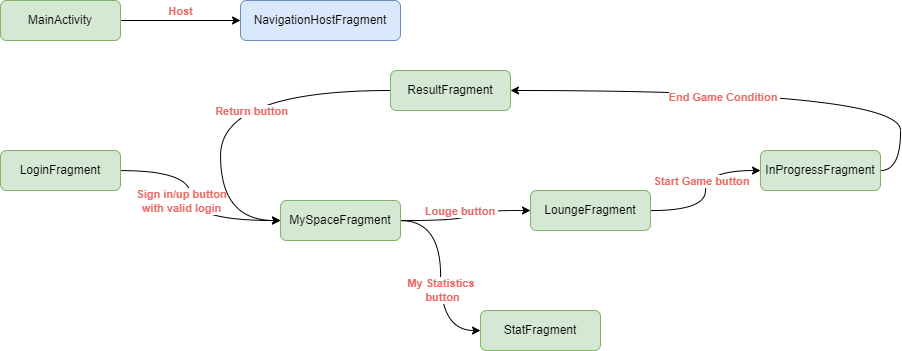
This is image/MobileNavigaton.drawio.png from makermot/green-red-light-app-android, a draw.io export, as it was before one commit. Source tidied: cells renumbered, new cells last; positions are measured from the earlier drawing's top-left corner, leaving out a move shared by most shapes.
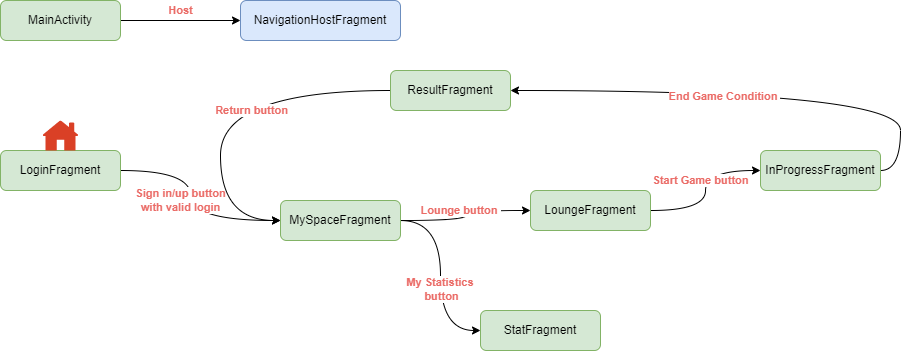
The same diagram one commit later.

Change to the diagram source:
```diff
@@ -5,7 +5,7 @@
     <mxCell id="2" style="edgeStyle=orthogonalEdgeStyle;rounded=0;jettySize=auto;html=1;entryX=0;entryY=0.5;entryDx=0;entryDy=0;curved=1;" parent="1" edge="1" source="6" target="13">
       <mxGeometry relative="1" as="geometry" />
     </mxCell>
-    <mxCell id="3" value="&lt;b&gt;Louge button&amp;nbsp;&lt;/b&gt;" style="edgeLabel;html=1;align=center;verticalAlign=middle;fontColor=#EA6B66;" parent="2" vertex="1">
+    <mxCell id="3" value="&lt;b&gt;Lounge button&amp;nbsp;&lt;/b&gt;" style="edgeLabel;html=1;align=center;verticalAlign=middle;fontColor=#EA6B66;" parent="2" vertex="1">
       <mxGeometry x="0.31" y="-6" relative="1" as="geometry">
         <mxPoint x="-22" y="-6" as="offset" />
       </mxGeometry>
@@ -86,5 +86,8 @@
     <mxCell id="23" value="NavigationHostFragment" style="rounded=1;whiteSpace=wrap;html=1;fontSize=12;glass=0;strokeWidth=1;shadow=0;fillColor=#dae8fc;strokeColor=#6c8ebf;" parent="1" vertex="1">
       <mxGeometry x="240" width="160" height="40" as="geometry" />
     </mxCell>
+    <mxCell id="24" style="sketch=0;shadow=0;dashed=0;html=1;strokeColor=none;labelPosition=center;verticalLabelPosition=bottom;verticalAlign=top;align=center;shape=mxgraph.office.concepts.home;fillColor=#DA4026;fontColor=#EA6B66;" parent="1" vertex="1">
+      <mxGeometry x="42" y="120" width="36" height="30" as="geometry" />
+    </mxCell>
   </root>
 </mxGraphModel>
```
